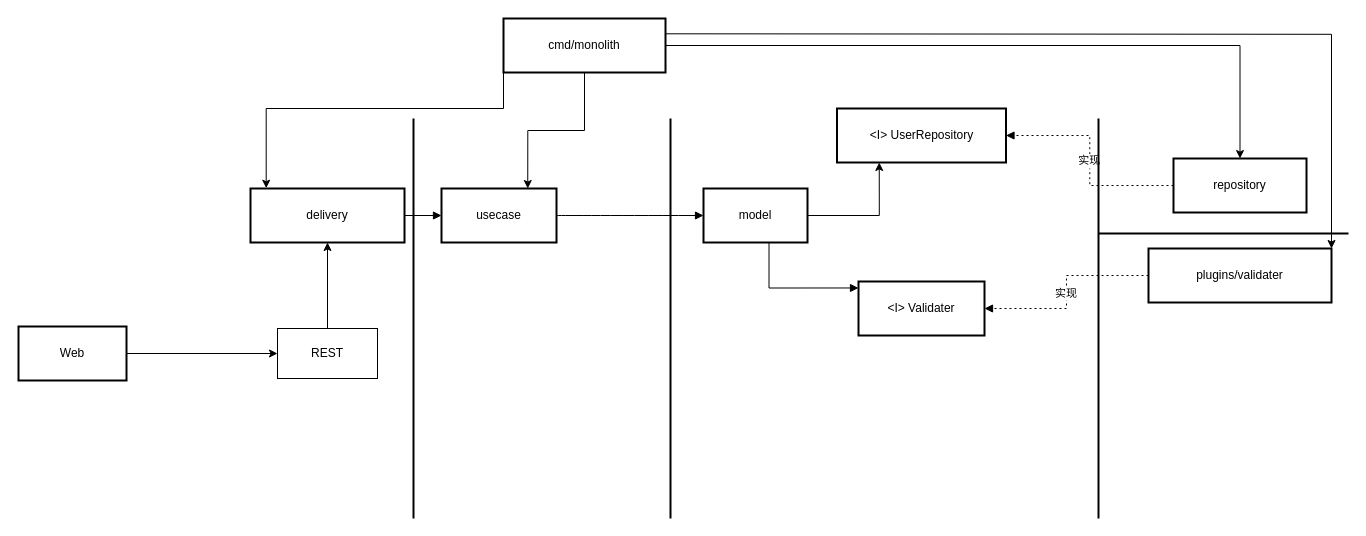
Earlier version of the draw.io diagram docs/architecture.drawio (BradleyZhang/ecommerce). Source tidied: cells renumbered, new cells numbered last; positions are measured from the earlier drawing's top-left corner, leaving out a move shared by most shapes. Both pictures are drawn from the tidied source at 100%, with x=0, y=0 at pixel (18, 18).
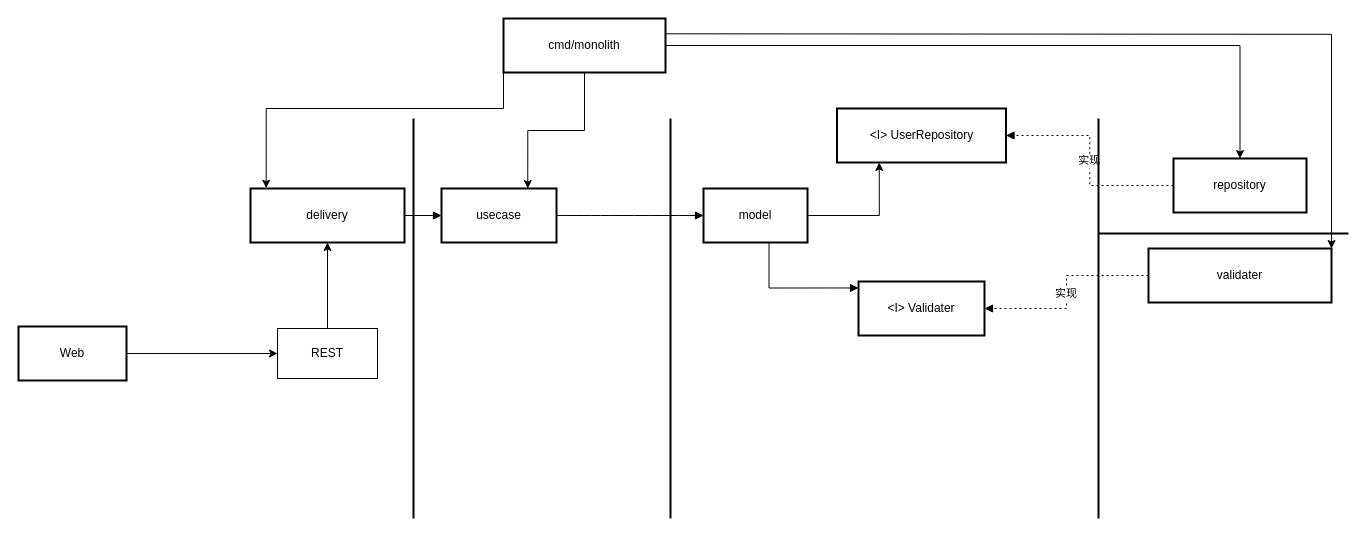
The same diagram, later.

Commit message (it also covers changes not shown here):
validater:调整目录结构

Diff of the diagram source:
```diff
@@
-    <mxCell id="11" value="plugins/validater" style="whiteSpace=wrap;strokeWidth=2;" parent="1" vertex="1">
+    <mxCell id="11" value="validater" style="whiteSpace=wrap;strokeWidth=2;" parent="1" vertex="1">
       <mxGeometry x="1130" y="230" width="183" height="54" as="geometry" />
     </mxCell>
```
